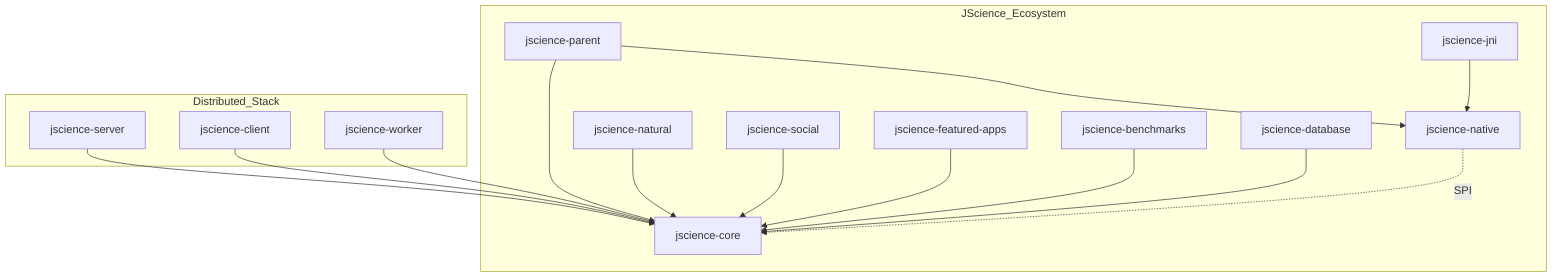
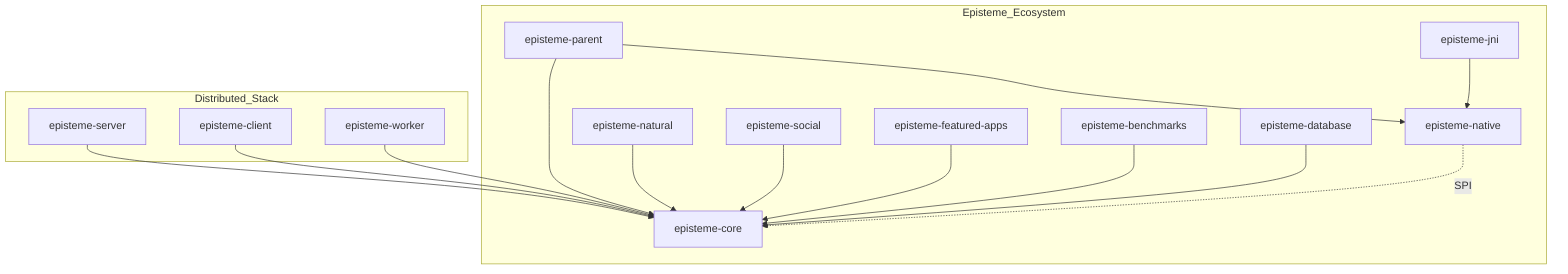
graph TD
-     subgraph JScience_Ecosystem
-         Parent[jscience-parent]
-         Core[jscience-core]
-         Native[jscience-native]
-         Natural[jscience-natural]
-         Social[jscience-social]
-         Apps[jscience-featured-apps]
-         Bench[jscience-benchmarks]
-         DB[jscience-database]
-         JNI[jscience-jni]
+     subgraph Episteme_Ecosystem
+         Parent[episteme-parent]
+         Core[episteme-core]
+         Native[episteme-native]
+         Natural[episteme-natural]
+         Social[episteme-social]
+         Apps[episteme-featured-apps]
+         Bench[episteme-benchmarks]
+         DB[episteme-database]
+         JNI[episteme-jni]
    end

    subgraph Distributed_Stack
-         Server[jscience-server]
-         Client[jscience-client]
-         Worker[jscience-worker]
+         Server[episteme-server]
+         Client[episteme-client]
+         Worker[episteme-worker]
    end

    Parent --> Core
    Parent --> Native

    Native -.->|SPI| Core
    Natural --> Core
    Social --> Core
    Apps --> Core
    Bench --> Core

    Server --> Core
    Client --> Core
    Worker --> Core

    JNI --> Native
    DB --> Core
